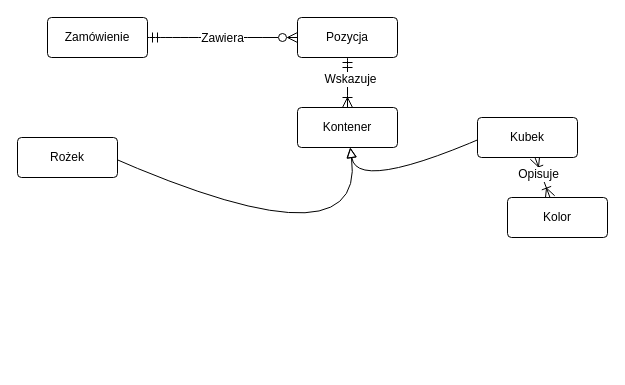
MikolajSuchan/ModelowanieDanych keeps this draw.io diagram as Diagram_modelu_koncepcyjnego.drawio. Above is the earlier version. Source tidied: cells renumbered, new cells numbered last; positions are measured from the earlier drawing's top-left corner, leaving out a move shared by most shapes. Both pictures are drawn from the tidied source at 100%, with x=0, y=0 at pixel (17, 17).
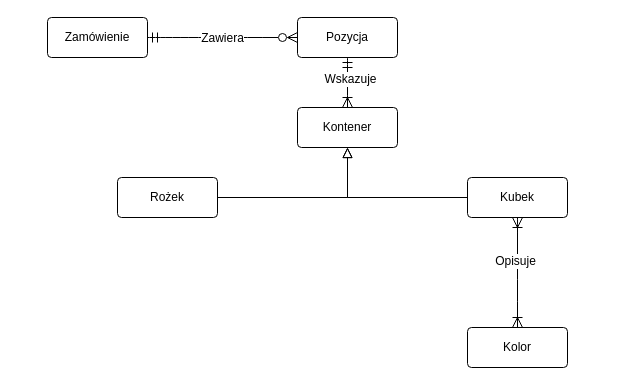
Above is the later version.

The edit, as a diff of the source:
```diff
@@
 <mxGraphModel>
   <root>
     <mxCell id="0" />
     <mxCell id="1" parent="0" />
     <mxCell id="2" style="edgeStyle=none;curved=1;rounded=0;jettySize=auto;html=1;entryX=0.5;entryY=0;entryDx=0;entryDy=0;fontSize=12;startSize=8;endSize=8;endArrow=ERoneToMany;endFill=0;startArrow=ERmandOne;startFill=0;" parent="1" edge="1" source="4" target="9">
       <mxGeometry relative="1" as="geometry" />
     </mxCell>
     <mxCell id="3" value="Wskazuje" style="edgeLabel;html=1;align=center;verticalAlign=middle;fontSize=12;" parent="2" vertex="1">
       <mxGeometry x="-0.17" y="2" relative="1" as="geometry" />
     </mxCell>
     <mxCell id="4" value="Pozycja" style="rounded=1;arcSize=10;whiteSpace=wrap;html=1;align=center;" parent="1" vertex="1">
       <mxGeometry x="280" width="100" height="40" as="geometry" />
     </mxCell>
     <mxCell id="5" style="edgeStyle=none;curved=1;rounded=0;jettySize=auto;html=1;fontSize=12;startSize=8;endSize=8;endArrow=ERzeroToMany;endFill=0;startArrow=ERmandOne;startFill=0;" parent="1" edge="1" source="7" target="4">
       <mxGeometry relative="1" as="geometry" />
     </mxCell>
     <mxCell id="6" value="Zawiera" style="edgeLabel;html=1;align=center;verticalAlign=middle;fontSize=12;" parent="5" vertex="1">
       <mxGeometry x="-0.21" relative="1" as="geometry">
         <mxPoint x="15" as="offset" />
       </mxGeometry>
     </mxCell>
     <mxCell id="7" value="Zamówienie" style="rounded=1;arcSize=10;whiteSpace=wrap;html=1;align=center;" parent="1" vertex="1">
       <mxGeometry x="30" width="100" height="40" as="geometry" />
     </mxCell>
-    <mxCell id="8" style="edgeStyle=none;curved=1;rounded=0;jettySize=auto;html=1;entryX=0.5;entryY=0;entryDx=0;entryDy=0;fontSize=12;startSize=8;endSize=8;endArrow=none;endFill=0;startArrow=block;startFill=0;" parent="1" edge="1" source="9" target="15">
+    <mxCell id="8" style="edgeStyle=none;curved=0;rounded=0;jettySize=auto;html=1;entryX=1;entryY=0.5;entryDx=0;entryDy=0;fontSize=12;startSize=8;endSize=8;endArrow=none;endFill=0;startArrow=block;startFill=0;" parent="1" edge="1" source="9" target="15">
       <mxGeometry relative="1" as="geometry">
         <Array as="points">
-          <mxPoint x="350" y="260" />
+          <mxPoint x="330" y="180" />
         </Array>
       </mxGeometry>
     </mxCell>
     <mxCell id="9" value="Kontener" style="rounded=1;arcSize=10;whiteSpace=wrap;html=1;align=center;" parent="1" vertex="1">
       <mxGeometry x="280" y="90" width="100" height="40" as="geometry" />
     </mxCell>
     <mxCell id="10" style="edgeStyle=none;curved=1;rounded=0;jettySize=auto;html=1;fontSize=12;startSize=8;endSize=8;startArrow=ERoneToMany;startFill=0;endArrow=ERoneToMany;endFill=0;" parent="1" edge="1" source="13" target="14">
       <mxGeometry relative="1" as="geometry" />
     </mxCell>
     <mxCell id="11" value="Opisuje" style="edgeLabel;html=1;align=center;verticalAlign=middle;fontSize=12;" parent="10" vertex="1">
       <mxGeometry x="-0.21" y="-3" relative="1" as="geometry" />
     </mxCell>
-    <mxCell id="12" style="edgeStyle=none;curved=1;rounded=0;jettySize=auto;html=1;fontSize=12;startSize=8;endSize=8;startArrow=none;startFill=0;endArrow=block;endFill=0;exitX=0.5;exitY=0;exitDx=0;exitDy=0;" parent="1" edge="1" source="13" target="9">
+    <mxCell id="12" style="edgeStyle=none;curved=0;rounded=0;jettySize=auto;html=1;fontSize=12;startSize=8;endSize=8;startArrow=none;startFill=0;endArrow=block;endFill=0;exitX=0;exitY=0.5;exitDx=0;exitDy=0;strokeColor=default;" parent="1" edge="1" source="13" target="9">
       <mxGeometry relative="1" as="geometry">
         <Array as="points">
-          <mxPoint x="340" y="180" />
+          <mxPoint x="330" y="180" />
         </Array>
       </mxGeometry>
     </mxCell>
     <mxCell id="13" value="Kubek" style="rounded=1;arcSize=10;whiteSpace=wrap;html=1;align=center;" parent="1" vertex="1">
-      <mxGeometry x="460" y="100" width="100" height="40" as="geometry" />
+      <mxGeometry x="450" y="160" width="100" height="40" as="geometry" />
     </mxCell>
     <mxCell id="14" value="Kolor" style="rounded=1;arcSize=10;whiteSpace=wrap;html=1;align=center;" parent="1" vertex="1">
-      <mxGeometry x="490" y="180" width="100" height="40" as="geometry" />
+      <mxGeometry x="450" y="310" width="100" height="40" as="geometry" />
     </mxCell>
     <mxCell id="15" value="Rożek" style="rounded=1;arcSize=10;whiteSpace=wrap;html=1;align=center;" parent="1" vertex="1">
-      <mxGeometry y="120" width="100" height="40" as="geometry" />
+      <mxGeometry x="100" y="160" width="100" height="40" as="geometry" />
     </mxCell>
   </root>
 </mxGraphModel>
```
